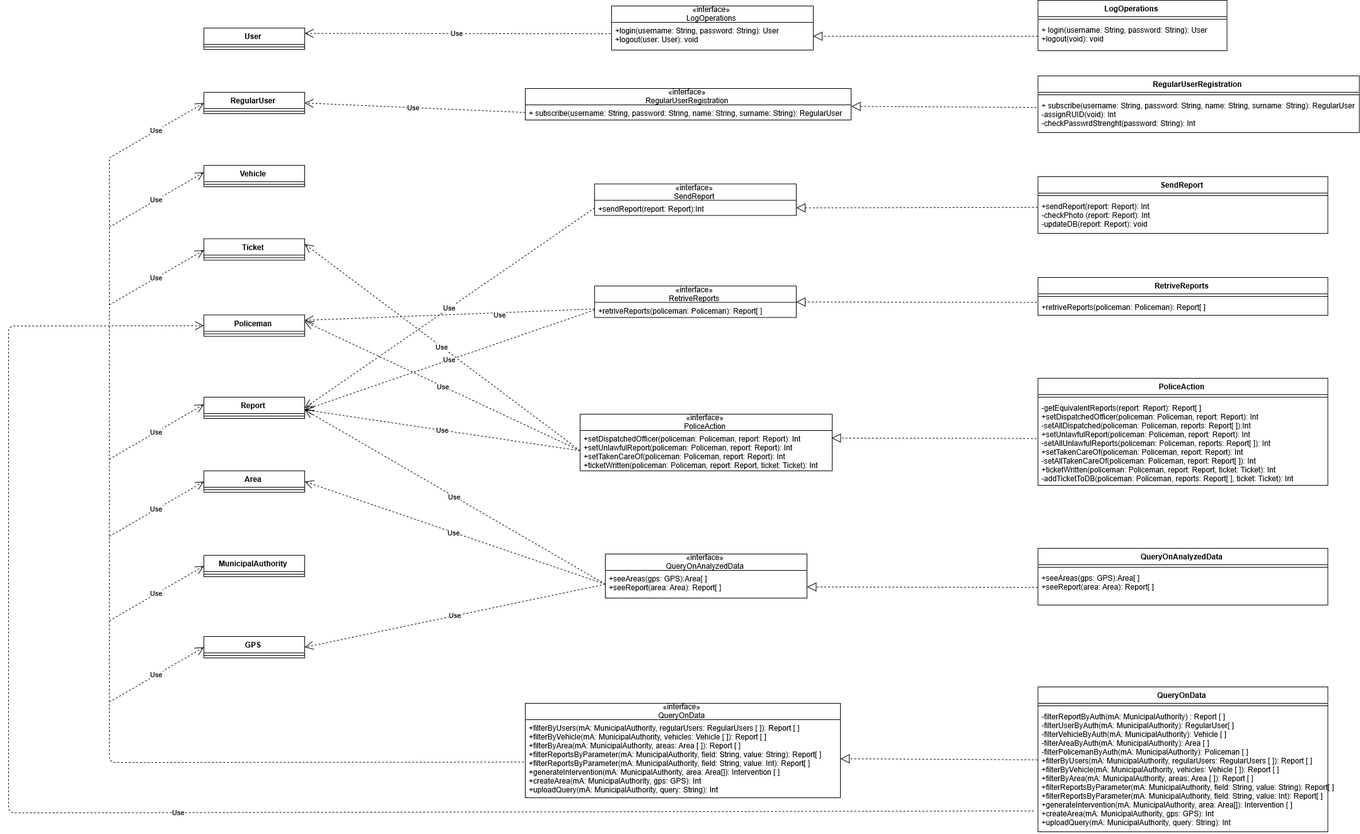
Above: DD/Images/interface_diagram.png in fafrullo2/PanzeriPeruginiPipita (draw.io), before the change. Source tidied: cells renumbered, new cells last; positions are measured from the earlier drawing's top-left corner, leaving out a move shared by most shapes.
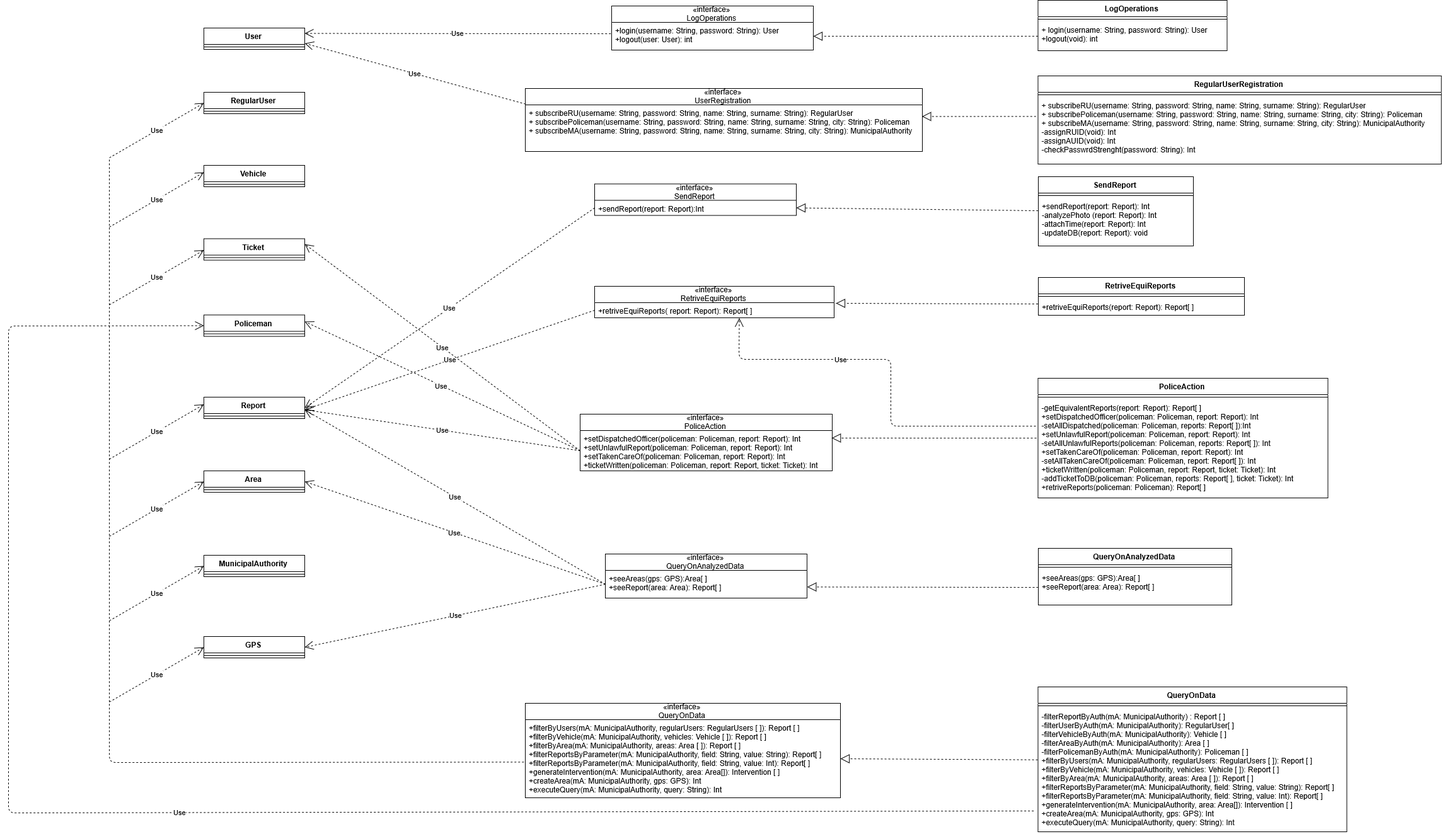
After the change.

Diff of the diagram source:
```diff
@@ -16,3 +16,3 @@
     </mxCell>
-    <mxCell id="6" value="+ login(username: String, password: String): User&#10;+logout(void): void" style="text;strokeColor=none;fillColor=none;align=left;verticalAlign=top;spacingLeft=4;spacingRight=4;overflow=hidden;points=[[0,0.5],[1,0.5]];portConstraint=eastwest;" parent="4" vertex="1">
+    <mxCell id="6" value="+ login(username: String, password: String): User&#10;+logout(void): int" style="text;strokeColor=none;fillColor=none;align=left;verticalAlign=top;spacingLeft=4;spacingRight=4;overflow=hidden;points=[[0,0.5],[1,0.5]];portConstraint=eastwest;" parent="4" vertex="1">
       <mxGeometry y="34" width="300" height="46" as="geometry" />
@@ -22,3 +22,3 @@
     </mxCell>
-    <mxCell id="8" value="+login(username: String, password: String): User&#10;+logout(user: User): void" style="text;strokeColor=none;fillColor=none;align=left;verticalAlign=top;spacingLeft=4;spacingRight=4;overflow=hidden;points=[[0,0.5],[1,0.5]];portConstraint=eastwest;" parent="7" vertex="1">
+    <mxCell id="8" value="+login(username: String, password: String): User&#10;+logout(user: User): int" style="text;strokeColor=none;fillColor=none;align=left;verticalAlign=top;spacingLeft=4;spacingRight=4;overflow=hidden;points=[[0,0.5],[1,0.5]];portConstraint=eastwest;" parent="7" vertex="1">
       <mxGeometry y="26" width="320" height="44" as="geometry" />
@@ -32,36 +32,36 @@
     <mxCell id="11" value="RegularUserRegistration" style="swimlane;fontStyle=1;align=center;verticalAlign=top;horizontal=1;startSize=26;" parent="1" vertex="1">
-      <mxGeometry x="1633.5" y="120" width="510" height="90" as="geometry" />
+      <mxGeometry x="1633.5" y="120" width="640" height="140" as="geometry" />
     </mxCell>
     <mxCell id="12" style="line;strokeWidth=1;fillColor=none;align=left;verticalAlign=middle;spacingTop=-1;spacingLeft=3;spacingRight=3;labelPosition=right;" parent="11" vertex="1">
-      <mxGeometry y="26" width="510" height="8" as="geometry" />
+      <mxGeometry y="26" width="640" height="8" as="geometry" />
     </mxCell>
-    <mxCell id="13" value="+ subscribe(username: String, password: String, name: String, surname: String): RegularUser&#10;-assignRUID(void): Int&#10;-checkPasswrdStrenght(password: String): Int" style="text;strokeColor=none;fillColor=none;align=left;verticalAlign=top;spacingLeft=4;spacingRight=4;overflow=hidden;points=[[0,0.5],[1,0.5]];portConstraint=eastwest;" parent="11" vertex="1">
-      <mxGeometry y="34" width="510" height="56" as="geometry" />
+    <mxCell id="13" value="+ subscribeRU(username: String, password: String, name: String, surname: String): RegularUser&#10;+ subscribePoliceman(username: String, password: String, name: String, surname: String, city: String): Policeman&#10;+ subscribeMA(username: String, password: String, name: String, surname: String, city: String): MunicipalAuthority&#10;-assignRUID(void): Int&#10;-assignAUID(void): Int&#10;-checkPasswrdStrenght(password: String): Int" style="text;strokeColor=none;fillColor=none;align=left;verticalAlign=top;spacingLeft=4;spacingRight=4;overflow=hidden;points=[[0,0.5],[1,0.5]];portConstraint=eastwest;" parent="11" vertex="1">
+      <mxGeometry y="34" width="640" height="106" as="geometry" />
     </mxCell>
-    <mxCell id="14" value="«interface»&#10;RegularUserRegistration" style="swimlane;fontStyle=0;horizontal=1;startSize=26;fillColor=none;" parent="1" vertex="1">
-      <mxGeometry x="820" y="140" width="517" height="50" as="geometry" />
+    <mxCell id="14" value="«interface»&#10;UserRegistration" style="swimlane;fontStyle=0;horizontal=1;startSize=26;fillColor=none;" parent="1" vertex="1">
+      <mxGeometry x="820" y="140" width="630" height="100" as="geometry" />
     </mxCell>
-    <mxCell id="15" value="+ subscribe(username: String, password: String, name: String, surname: String): RegularUser" style="text;strokeColor=none;fillColor=none;align=left;verticalAlign=top;spacingLeft=4;spacingRight=4;overflow=hidden;points=[[0,0.5],[1,0.5]];portConstraint=eastwest;" parent="14" vertex="1">
-      <mxGeometry y="26" width="517" height="24" as="geometry" />
+    <mxCell id="15" value="+ subscribeRU(username: String, password: String, name: String, surname: String): RegularUser&#10;+ subscribePoliceman(username: String, password: String, name: String, surname: String, city: String): Policeman&#10;+ subscribeMA(username: String, password: String, name: String, surname: String, city: String): MunicipalAuthority" style="text;strokeColor=none;fillColor=none;align=left;verticalAlign=top;spacingLeft=4;spacingRight=4;overflow=hidden;points=[[0,0.5],[1,0.5]];portConstraint=eastwest;" parent="14" vertex="1">
+      <mxGeometry y="26" width="630" height="74" as="geometry" />
     </mxCell>
     <mxCell id="16" value="SendReport" style="swimlane;fontStyle=1;align=center;verticalAlign=top;horizontal=1;startSize=26;" parent="1" vertex="1">
-      <mxGeometry x="1633.5" y="280" width="460" height="90" as="geometry" />
+      <mxGeometry x="1634" y="280" width="246" height="110" as="geometry" />
     </mxCell>
     <mxCell id="17" style="line;strokeWidth=1;fillColor=none;align=left;verticalAlign=middle;spacingTop=-1;spacingLeft=3;spacingRight=3;labelPosition=right;" parent="16" vertex="1">
-      <mxGeometry y="26" width="460" height="8" as="geometry" />
+      <mxGeometry y="26" width="246" height="8" as="geometry" />
     </mxCell>
-    <mxCell id="18" value="+sendReport(report: Report): Int&#10;-checkPhoto (report: Report): Int&#10;-updateDB(report: Report): void" style="text;strokeColor=none;fillColor=none;align=left;verticalAlign=top;spacingLeft=4;spacingRight=4;overflow=hidden;points=[[0,0.5],[1,0.5]];portConstraint=eastwest;" parent="16" vertex="1">
-      <mxGeometry y="34" width="460" height="56" as="geometry" />
+    <mxCell id="18" value="+sendReport(report: Report): Int&#10;-analyzePhoto (report: Report): Int&#10;-attachTime(report: Report): Int&#10;-updateDB(report: Report): void" style="text;strokeColor=none;fillColor=none;align=left;verticalAlign=top;spacingLeft=4;spacingRight=4;overflow=hidden;points=[[0,0.5],[1,0.5]];portConstraint=eastwest;" parent="16" vertex="1">
+      <mxGeometry y="34" width="246" height="76" as="geometry" />
     </mxCell>
-    <mxCell id="19" value="RetriveReports" style="swimlane;fontStyle=1;align=center;verticalAlign=top;horizontal=1;startSize=26;" parent="1" vertex="1">
-      <mxGeometry x="1633.5" y="440" width="460" height="60" as="geometry" />
+    <mxCell id="19" value="RetriveEquiReports" style="swimlane;fontStyle=1;align=center;verticalAlign=top;horizontal=1;startSize=26;" parent="1" vertex="1">
+      <mxGeometry x="1634" y="440" width="327" height="60" as="geometry" />
     </mxCell>
     <mxCell id="20" style="line;strokeWidth=1;fillColor=none;align=left;verticalAlign=middle;spacingTop=-1;spacingLeft=3;spacingRight=3;labelPosition=right;" parent="19" vertex="1">
-      <mxGeometry y="26" width="460" height="8" as="geometry" />
+      <mxGeometry y="26" width="327" height="8" as="geometry" />
     </mxCell>
-    <mxCell id="21" value="+retriveReports(policeman: Policeman): Report[ ]" style="text;strokeColor=none;fillColor=none;align=left;verticalAlign=top;spacingLeft=4;spacingRight=4;overflow=hidden;points=[[0,0.5],[1,0.5]];portConstraint=eastwest;" parent="19" vertex="1">
-      <mxGeometry y="34" width="460" height="26" as="geometry" />
+    <mxCell id="21" value="+retriveEquiReports(report: Report): Report[ ]" style="text;strokeColor=none;fillColor=none;align=left;verticalAlign=top;spacingLeft=4;spacingRight=4;overflow=hidden;points=[[0,0.5],[1,0.5]];portConstraint=eastwest;" parent="19" vertex="1">
+      <mxGeometry y="34" width="327" height="26" as="geometry" />
     </mxCell>
     <mxCell id="22" value="PoliceAction" style="swimlane;fontStyle=1;align=center;verticalAlign=top;horizontal=1;startSize=26;" parent="1" vertex="1">
-      <mxGeometry x="1633.5" y="600" width="460" height="170" as="geometry" />
+      <mxGeometry x="1633.5" y="600" width="460" height="190" as="geometry" />
     </mxCell>
@@ -70,22 +70,22 @@
     </mxCell>
-    <mxCell id="24" value="-getEquivalentReports(report: Report): Report[ ]&#10;+setDispatchedOfficer(policeman: Policeman, report: Report): Int&#10;-setAllDispatched(policeman: Policeman, reports: Report[ ]):Int&#10;+setUnlawfulReport(policeman: Policeman, report: Report): Int&#10;-setAllUnlawfulReports(policeman: Policeman, reports: Report[ ]): Int&#10;+setTakenCareOf(policeman: Policeman, report: Report): Int&#10;-setAllTakenCareOf(policeman: Policeman, report: Report[ ]): Int&#10;+ticketWritten(policeman: Policeman, report: Report, ticket: Ticket): Int&#10;-addTicketToDB(policeman: Policeman, reports: Report[ ], ticket: Ticket): Int" style="text;strokeColor=none;fillColor=none;align=left;verticalAlign=top;spacingLeft=4;spacingRight=4;overflow=hidden;points=[[0,0.5],[1,0.5]];portConstraint=eastwest;" parent="22" vertex="1">
-      <mxGeometry y="34" width="460" height="136" as="geometry" />
+    <mxCell id="24" value="-getEquivalentReports(report: Report): Report[ ]&#10;+setDispatchedOfficer(policeman: Policeman, report: Report): Int&#10;-setAllDispatched(policeman: Policeman, reports: Report[ ]):Int&#10;+setUnlawfulReport(policeman: Policeman, report: Report): Int&#10;-setAllUnlawfulReports(policeman: Policeman, reports: Report[ ]): Int&#10;+setTakenCareOf(policeman: Policeman, report: Report): Int&#10;-setAllTakenCareOf(policeman: Policeman, report: Report[ ]): Int&#10;+ticketWritten(policeman: Policeman, report: Report, ticket: Ticket): Int&#10;-addTicketToDB(policeman: Policeman, reports: Report[ ], ticket: Ticket): Int&#10;+retriveReports(policeman: Policeman): Report[ ]" style="text;strokeColor=none;fillColor=none;align=left;verticalAlign=top;spacingLeft=4;spacingRight=4;overflow=hidden;points=[[0,0.5],[1,0.5]];portConstraint=eastwest;" parent="22" vertex="1">
+      <mxGeometry y="34" width="460" height="156" as="geometry" />
     </mxCell>
     <mxCell id="25" value="QueryOnAnalyzedData" style="swimlane;fontStyle=1;align=center;verticalAlign=top;horizontal=1;startSize=26;" parent="1" vertex="1">
-      <mxGeometry x="1633.5" y="870" width="460" height="90" as="geometry" />
+      <mxGeometry x="1634" y="870" width="307" height="90" as="geometry" />
     </mxCell>
     <mxCell id="26" style="line;strokeWidth=1;fillColor=none;align=left;verticalAlign=middle;spacingTop=-1;spacingLeft=3;spacingRight=3;labelPosition=right;" parent="25" vertex="1">
-      <mxGeometry y="26" width="460" height="8" as="geometry" />
+      <mxGeometry y="26" width="307" height="8" as="geometry" />
     </mxCell>
     <mxCell id="27" value="+seeAreas(gps: GPS):Area[ ]&#10;+seeReport(area: Area): Report[ ]" style="text;strokeColor=none;fillColor=none;align=left;verticalAlign=top;spacingLeft=4;spacingRight=4;overflow=hidden;points=[[0,0.5],[1,0.5]];portConstraint=eastwest;" parent="25" vertex="1">
-      <mxGeometry y="34" width="460" height="56" as="geometry" />
+      <mxGeometry y="34" width="307" height="56" as="geometry" />
     </mxCell>
     <mxCell id="28" value="QueryOnData" style="swimlane;fontStyle=1;align=center;verticalAlign=top;horizontal=1;startSize=26;" parent="1" vertex="1">
-      <mxGeometry x="1633.5" y="1090" width="460" height="230" as="geometry" />
+      <mxGeometry x="1633.5" y="1090" width="490" height="230" as="geometry" />
     </mxCell>
     <mxCell id="29" style="line;strokeWidth=1;fillColor=none;align=left;verticalAlign=middle;spacingTop=-1;spacingLeft=3;spacingRight=3;labelPosition=right;" parent="28" vertex="1">
-      <mxGeometry y="26" width="460" height="8" as="geometry" />
+      <mxGeometry y="26" width="490" height="8" as="geometry" />
     </mxCell>
-    <mxCell id="30" value="-filterReportByAuth(mA: MunicipalAuthority) : Report [ ]&#10;-filterUserByAuth(mA: MunicipalAuthority): RegularUser[ ]&#10;-filterVehicleByAuth(mA: MunicipalAuthority): Vehicle [ ]&#10;-filterAreaByAuth(mA: MunicipalAuthority): Area [ ]&#10;-filterPolicemanByAuth(mA: MunicipalAuthority): Policeman [ ]&#10;+filterByUsers(mA: MunicipalAuthority, regularUsers: RegularUsers [ ]): Report [ ]&#10;+filterByVehicle(mA: MunicipalAuthority, vehicles: Vehicle [ ]): Report [ ]&#10;+filterByArea(mA: MunicipalAuthority, areas: Area [ ]): Report [ ]&#10;+filterReportsByParameter(mA: MunicipalAuthority, field: String, value: String): Report[ ]&#10;+filterReportsByParameter(mA: MunicipalAuthority, field: String, value: Int): Report[ ]&#10;+generateIntervention(mA: MunicipalAuthority, area: Area[]): Intervention [ ]&#10;+createArea(mA: MunicipalAuthority, gps: GPS): Int&#10;+uploadQuery(mA: MunicipalAuthority, query: String): Int" style="text;strokeColor=none;fillColor=none;align=left;verticalAlign=top;spacingLeft=4;spacingRight=4;overflow=hidden;points=[[0,0.5],[1,0.5]];portConstraint=eastwest;" parent="28" vertex="1">
-      <mxGeometry y="34" width="460" height="196" as="geometry" />
+    <mxCell id="30" value="-filterReportByAuth(mA: MunicipalAuthority) : Report [ ]&#10;-filterUserByAuth(mA: MunicipalAuthority): RegularUser[ ]&#10;-filterVehicleByAuth(mA: MunicipalAuthority): Vehicle [ ]&#10;-filterAreaByAuth(mA: MunicipalAuthority): Area [ ]&#10;-filterPolicemanByAuth(mA: MunicipalAuthority): Policeman [ ]&#10;+filterByUsers(mA: MunicipalAuthority, regularUsers: RegularUsers [ ]): Report [ ]&#10;+filterByVehicle(mA: MunicipalAuthority, vehicles: Vehicle [ ]): Report [ ]&#10;+filterByArea(mA: MunicipalAuthority, areas: Area [ ]): Report [ ]&#10;+filterReportsByParameter(mA: MunicipalAuthority, field: String, value: String): Report[ ]&#10;+filterReportsByParameter(mA: MunicipalAuthority, field: String, value: Int): Report[ ]&#10;+generateIntervention(mA: MunicipalAuthority, area: Area[]): Intervention [ ]&#10;+createArea(mA: MunicipalAuthority, gps: GPS): Int&#10;+executeQuery(mA: MunicipalAuthority, query: String): Int" style="text;strokeColor=none;fillColor=none;align=left;verticalAlign=top;spacingLeft=4;spacingRight=4;overflow=hidden;points=[[0,0.5],[1,0.5]];portConstraint=eastwest;" parent="28" vertex="1">
+      <mxGeometry y="34" width="490" height="196" as="geometry" />
     </mxCell>
@@ -97,7 +97,7 @@
     </mxCell>
-    <mxCell id="33" value="«interface»&#10;RetriveReports" style="swimlane;fontStyle=0;horizontal=1;startSize=26;fillColor=none;" parent="1" vertex="1">
-      <mxGeometry x="930" y="453.5" width="320" height="50" as="geometry" />
+    <mxCell id="33" value="«interface»&#10;RetriveEquiReports" style="swimlane;fontStyle=0;horizontal=1;startSize=26;fillColor=none;" parent="1" vertex="1">
+      <mxGeometry x="930" y="454" width="380" height="50" as="geometry" />
     </mxCell>
-    <mxCell id="34" value="+retriveReports(policeman: Policeman): Report[ ]" style="text;strokeColor=none;fillColor=none;align=left;verticalAlign=top;spacingLeft=4;spacingRight=4;overflow=hidden;points=[[0,0.5],[1,0.5]];portConstraint=eastwest;" parent="33" vertex="1">
-      <mxGeometry y="26" width="320" height="24" as="geometry" />
+    <mxCell id="34" value="+retriveEquiReports( report: Report): Report[ ]" style="text;strokeColor=none;fillColor=none;align=left;verticalAlign=top;spacingLeft=4;spacingRight=4;overflow=hidden;points=[[0,0.5],[1,0.5]];portConstraint=eastwest;" parent="33" vertex="1">
+      <mxGeometry y="26" width="380" height="24" as="geometry" />
     </mxCell>
@@ -118,3 +118,3 @@
     </mxCell>
-    <mxCell id="40" value="+filterByUsers(mA: MunicipalAuthority, regularUsers: RegularUsers [ ]): Report [ ]&#10;+filterByVehicle(mA: MunicipalAuthority, vehicles: Vehicle [ ]): Report [ ]&#10;+filterByArea(mA: MunicipalAuthority, areas: Area [ ]): Report [ ]&#10;+filterReportsByParameter(mA: MunicipalAuthority, field: String, value: String): Report[ ]&#10;+filterReportsByParameter(mA: MunicipalAuthority, field: String, value: Int): Report[ ]&#10;+generateIntervention(mA: MunicipalAuthority, area: Area[]): Intervention [ ]&#10;+createArea(mA: MunicipalAuthority, gps: GPS): Int&#10;+uploadQuery(mA: MunicipalAuthority, query: String): Int" style="text;strokeColor=none;fillColor=none;align=left;verticalAlign=top;spacingLeft=4;spacingRight=4;overflow=hidden;points=[[0,0.5],[1,0.5]];portConstraint=eastwest;" parent="39" vertex="1">
+    <mxCell id="40" value="+filterByUsers(mA: MunicipalAuthority, regularUsers: RegularUsers [ ]): Report [ ]&#10;+filterByVehicle(mA: MunicipalAuthority, vehicles: Vehicle [ ]): Report [ ]&#10;+filterByArea(mA: MunicipalAuthority, areas: Area [ ]): Report [ ]&#10;+filterReportsByParameter(mA: MunicipalAuthority, field: String, value: String): Report[ ]&#10;+filterReportsByParameter(mA: MunicipalAuthority, field: String, value: Int): Report[ ]&#10;+generateIntervention(mA: MunicipalAuthority, area: Area[]): Intervention [ ]&#10;+createArea(mA: MunicipalAuthority, gps: GPS): Int&#10;+executeQuery(mA: MunicipalAuthority, query: String): Int" style="text;strokeColor=none;fillColor=none;align=left;verticalAlign=top;spacingLeft=4;spacingRight=4;overflow=hidden;points=[[0,0.5],[1,0.5]];portConstraint=eastwest;" parent="39" vertex="1">
       <mxGeometry y="26" width="500" height="124" as="geometry" />
@@ -151,3 +151,3 @@
     </mxCell>
-    <mxCell id="51" style="endArrow=block;dashed=1;endFill=0;endSize=12;html=1;exitX=-0.005;exitY=0.286;exitDx=0;exitDy=0;exitPerimeter=0;entryX=1.001;entryY=0.098;entryDx=0;entryDy=0;entryPerimeter=0;" parent="1" edge="1" source="13" target="15">
+    <mxCell id="51" style="endArrow=block;dashed=1;endFill=0;endSize=12;html=1;exitX=-0.005;exitY=0.286;exitDx=0;exitDy=0;exitPerimeter=0;entryX=0.999;entryY=0.249;entryDx=0;entryDy=0;entryPerimeter=0;" parent="1" edge="1" source="13" target="15">
       <mxGeometry relative="1" as="geometry" />
@@ -160,7 +160,11 @@
     </mxCell>
-    <mxCell id="54" style="endArrow=block;dashed=1;endFill=0;endSize=12;html=1;exitX=-0.004;exitY=0.216;exitDx=0;exitDy=0;exitPerimeter=0;entryX=1;entryY=-0.026;entryDx=0;entryDy=0;entryPerimeter=0;" parent="1" edge="1" source="21" target="34">
-      <mxGeometry relative="1" as="geometry" />
+    <mxCell id="54" style="endArrow=block;dashed=1;endFill=0;endSize=12;html=1;exitX=-0.002;exitY=0.31;exitDx=0;exitDy=0;exitPerimeter=0;" parent="1" edge="1" source="21">
+      <mxGeometry relative="1" as="geometry">
+        <mxPoint x="1313" y="481" as="targetPoint" />
+      </mxGeometry>
     </mxCell>
-    <mxCell id="55" style="endArrow=block;dashed=1;endFill=0;endSize=12;html=1;entryX=0.998;entryY=0.186;entryDx=0;entryDy=0;entryPerimeter=0;exitX=-0.005;exitY=0.453;exitDx=0;exitDy=0;exitPerimeter=0;" parent="1" edge="1" source="24" target="36">
-      <mxGeometry relative="1" as="geometry" />
+    <mxCell id="55" style="endArrow=block;dashed=1;endFill=0;endSize=12;html=1;entryX=0.998;entryY=0.186;entryDx=0;entryDy=0;entryPerimeter=0;" parent="1" edge="1" target="36">
+      <mxGeometry relative="1" as="geometry">
+        <mxPoint x="1631" y="695" as="sourcePoint" />
+      </mxGeometry>
     </mxCell>
@@ -181,3 +185,3 @@
     </mxCell>
-    <mxCell id="61" value="Use" style="endArrow=open;endSize=12;dashed=1;html=1;exitX=0;exitY=0.5;exitDx=0;exitDy=0;entryX=1;entryY=0.5;entryDx=0;entryDy=0;" parent="1" edge="1" source="15" target="2">
+    <mxCell id="61" value="Use" style="endArrow=open;endSize=12;dashed=1;html=1;exitX=0.001;exitY=-0.017;exitDx=0;exitDy=0;entryX=1.001;entryY=-0.196;entryDx=0;entryDy=0;exitPerimeter=0;entryPerimeter=0;" parent="1" edge="1" source="15" target="60">
       <mxGeometry relative="1" as="geometry" />
@@ -192,7 +196,2 @@
     </mxCell>
-    <mxCell id="64" value="Use" style="endArrow=open;endSize=12;dashed=1;html=1;entryX=1;entryY=0.25;entryDx=0;entryDy=0;" parent="1" edge="1" target="45">
-      <mxGeometry x="-0.35" y="4" relative="1" as="geometry">
-        <mxPoint x="930" y="490" as="sourcePoint" />
-      </mxGeometry>
-    </mxCell>
     <mxCell id="65" value="Use" style="endArrow=open;endSize=12;dashed=1;html=1;exitX=0;exitY=0.5;exitDx=0;exitDy=0;" parent="1" edge="1" source="36">
@@ -284,2 +283,12 @@
     </mxCell>
+    <mxCell id="64" value="Use" style="endArrow=open;endSize=12;dashed=1;html=1;entryX=0.604;entryY=1.016;entryDx=0;entryDy=0;entryPerimeter=0;" parent="1" edge="1" target="34">
+      <mxGeometry x="0.29" relative="1" as="geometry">
+        <mxPoint x="1630" y="676" as="sourcePoint" />
+        <Array as="points">
+          <mxPoint x="1400" y="676" />
+          <mxPoint x="1400" y="570" />
+          <mxPoint x="1159" y="570" />
+        </Array>
+      </mxGeometry>
+    </mxCell>
   </root>
```
